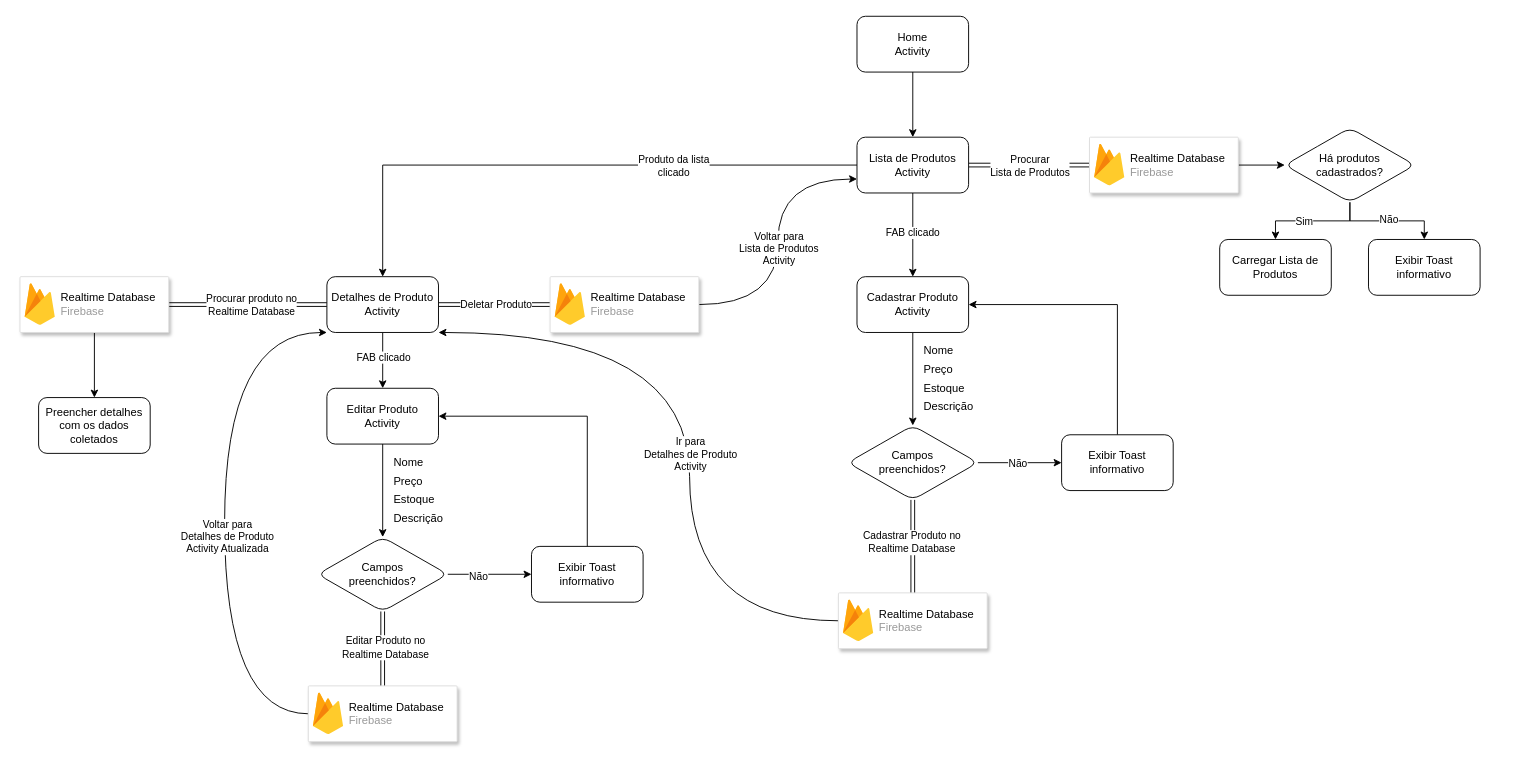
GEdO23/PriceWhisperApp keeps this draw.io diagram as documentacao/diagramas/EstruturaDePastas.drawio. Above is the earlier version. Source tidied: cells renumbered, new cells numbered last; positions are measured from the earlier drawing's top-left corner, leaving out a move shared by most shapes. Both pictures are drawn from the tidied source at 93%, with x=0, y=0 at pixel (20, 16).
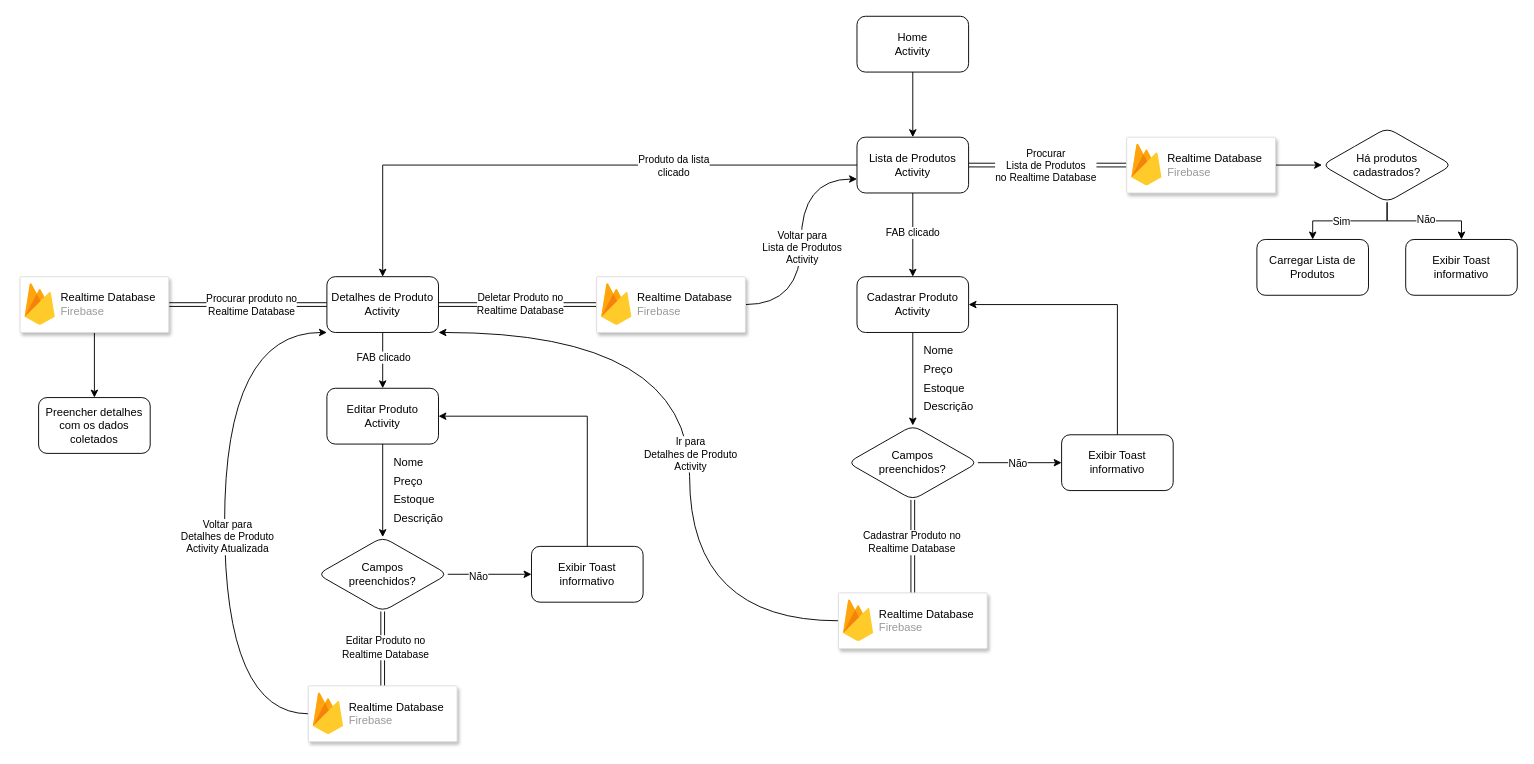
After the change.

Unchanged cells that the change refers to:
```xml
<mxCell id="6" style="edgeStyle=orthogonalEdgeStyle;rounded=0;jettySize=auto;html=1;entryX=0;entryY=0.5;entryDx=0;entryDy=0;shape=link;" parent="1" edge="1" source="10" target="28">
  <mxGeometry relative="1" as="geometry" />
</mxCell>
<mxCell id="13" style="edgeStyle=orthogonalEdgeStyle;rounded=0;jettySize=auto;html=1;shape=link;" parent="1" edge="1" source="17" target="38">
  <mxGeometry relative="1" as="geometry" />
</mxCell>
```

Diff of the diagram source:
```diff
@@
-    <mxCell id="7" value="Procurar &lt;br&gt;Lista de Produtos" style="edgeLabel;html=1;align=center;verticalAlign=middle;" parent="6" vertex="1">
+    <mxCell id="7" value="Procurar &lt;br&gt;Lista de Produtos&lt;br&gt;no Realtime Database" style="edgeLabel;html=1;align=center;verticalAlign=middle;" parent="6" vertex="1">
       <mxGeometry x="-0.13" y="1" relative="1" as="geometry">
         <mxPoint x="8" y="1" as="offset" />
       </mxGeometry>
     </mxCell>
@@
-    <mxCell id="14" value="Deletar Produto" style="edgeLabel;html=1;align=center;verticalAlign=middle;" parent="13" vertex="1">
+    <mxCell id="14" value="Deletar Produto no&lt;br&gt;Realtime Database" style="edgeLabel;html=1;align=center;verticalAlign=middle;" parent="13" vertex="1">
       <mxGeometry x="0.02" y="1" relative="1" as="geometry" />
     </mxCell>
@@
     <mxCell id="26" value="Há produtos cadastrados?" style="rhombus;whiteSpace=wrap;html=1;rounded=1;" parent="1" vertex="1">
-      <mxGeometry x="1360" y="120" width="140" height="80" as="geometry" />
+      <mxGeometry x="1400" y="120" width="140" height="80" as="geometry" />
     </mxCell>
@@
     <mxCell id="28" style="strokeColor=#dddddd;shadow=1;strokeWidth=1;rounded=1;absoluteArcSize=1;arcSize=2;" parent="1" vertex="1">
-      <mxGeometry x="1150" y="130" width="160" height="60" as="geometry" />
+      <mxGeometry x="1190" y="130" width="160" height="60" as="geometry" />
     </mxCell>
@@
     <mxCell id="30" value="Carregar Lista de Produtos" style="rounded=1;whiteSpace=wrap;html=1;" parent="1" vertex="1">
-      <mxGeometry x="1290" y="240" width="120" height="60" as="geometry" />
+      <mxGeometry x="1330" y="240" width="120" height="60" as="geometry" />
     </mxCell>
     <mxCell id="31" value="Exibir Toast informativo" style="rounded=1;whiteSpace=wrap;html=1;" parent="1" vertex="1">
-      <mxGeometry x="1450" y="240" width="120" height="60" as="geometry" />
+      <mxGeometry x="1490" y="240" width="120" height="60" as="geometry" />
     </mxCell>
@@
     <mxCell id="38" style="strokeColor=#dddddd;shadow=1;strokeWidth=1;rounded=1;absoluteArcSize=1;arcSize=2;" parent="1" vertex="1">
-      <mxGeometry x="570" y="280" width="160" height="60" as="geometry" />
+      <mxGeometry x="620" y="280" width="160" height="60" as="geometry" />
     </mxCell>
```
